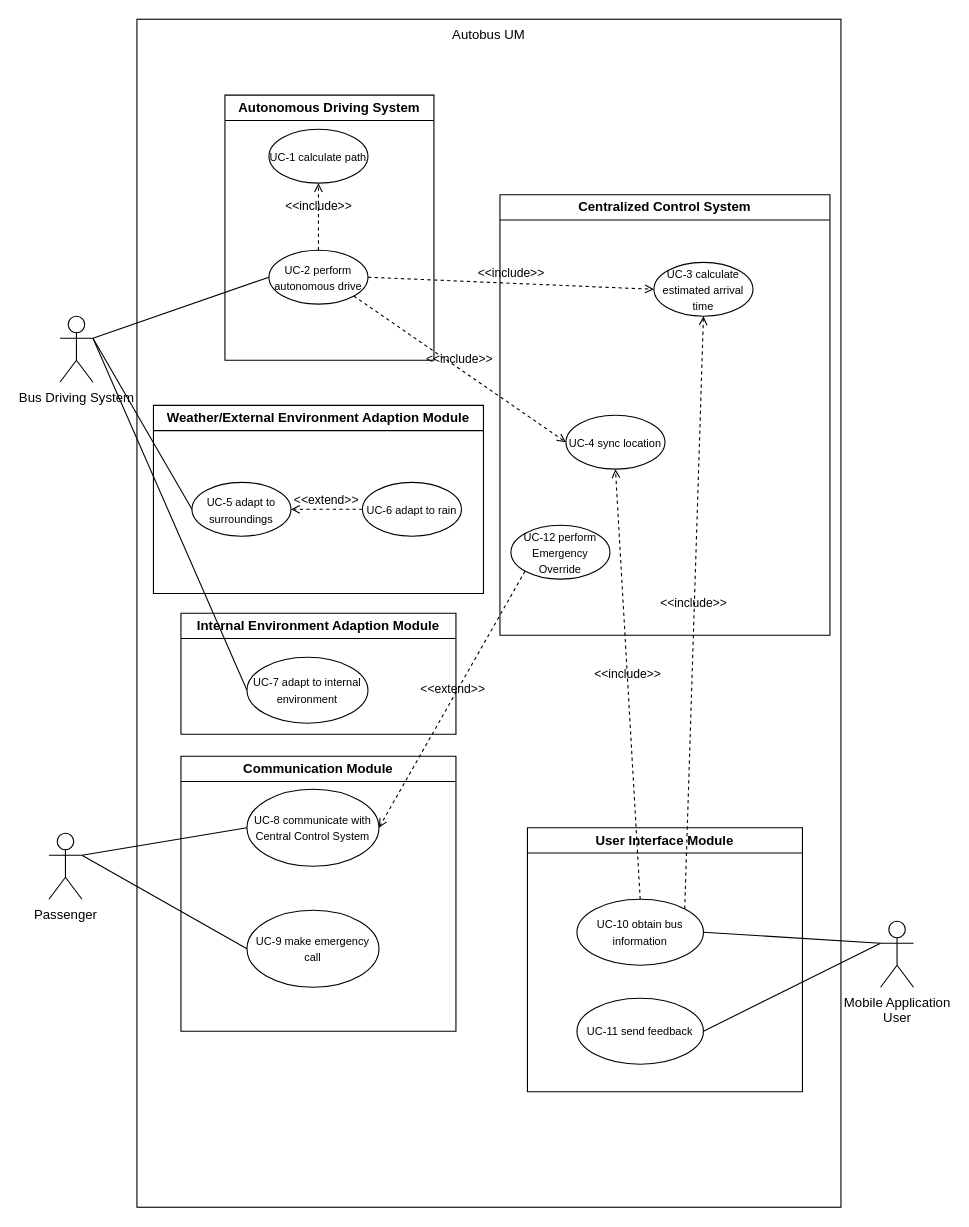
justn0thinghere/drawio keeps this draw.io diagram as UCDwia2002project.drawio. Above is the earlier version. Source tidied: cells renumbered, new cells numbered last; positions are measured from the earlier drawing's top-left corner, leaving out a move shared by most shapes. Both pictures are drawn from the tidied source at 110%, with x=0, y=0 at pixel (48, 19).
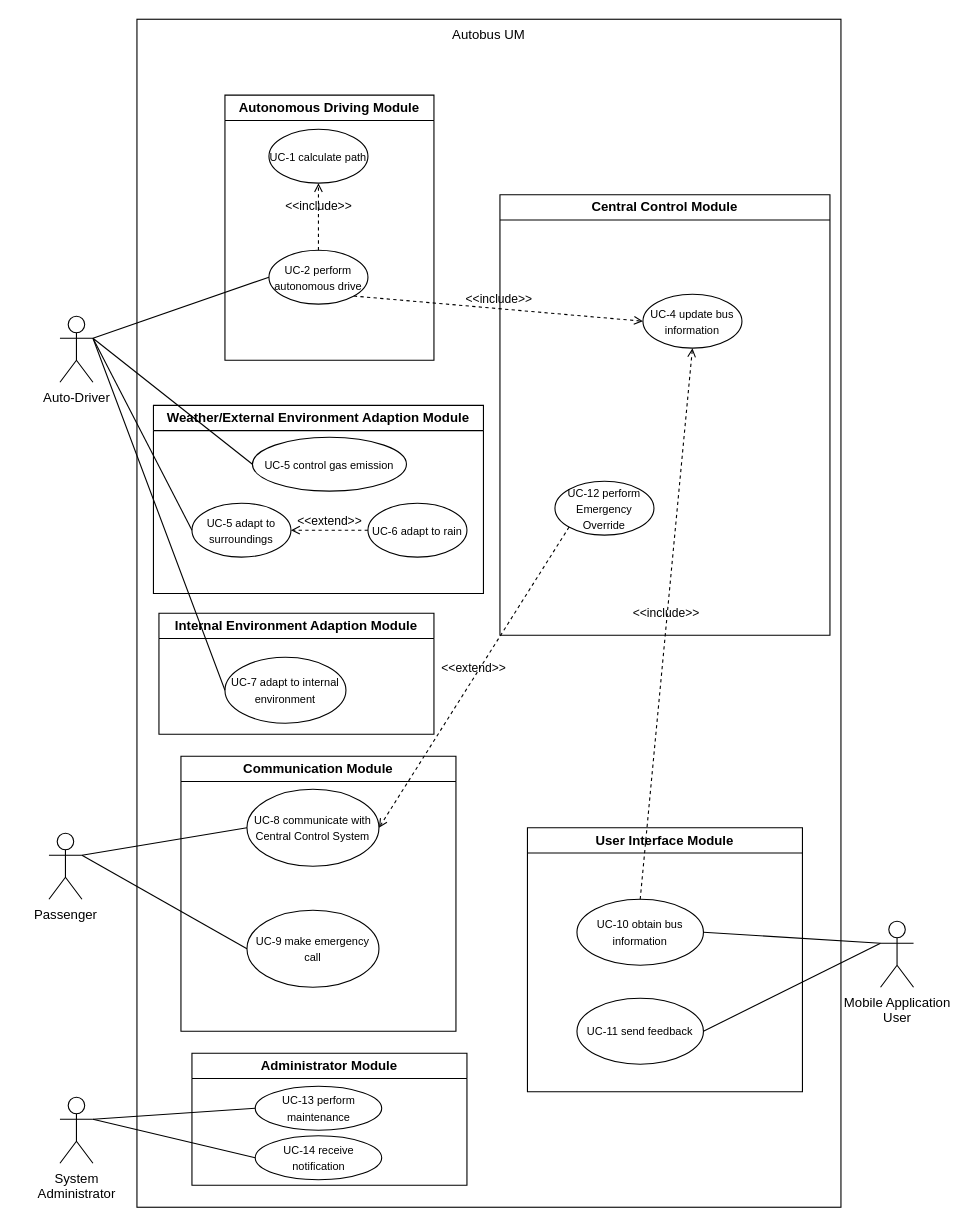
The same diagram, later.

Unchanged cells that the change refers to:
```xml
<mxCell id="6" value="&lt;font style=&quot;font-size: 10px;&quot;&gt;UC-2 perform autonomous drive&lt;/font&gt;" style="ellipse;whiteSpace=wrap;html=1;" parent="4" vertex="1">
  <mxGeometry x="40" y="141" width="90" height="49" as="geometry" />
</mxCell>
<mxCell id="9" value="Weather/External Environment Adaption Module" style="swimlane;whiteSpace=wrap;html=1;" parent="1" vertex="1">
  <mxGeometry x="95" y="351" width="300" height="171" as="geometry" />
</mxCell>
<mxCell id="27" value="&lt;span style=&quot;font-size: 10px;&quot;&gt;UC-10 obtain bus information&lt;/span&gt;" style="ellipse;whiteSpace=wrap;html=1;" parent="1" vertex="1">
  <mxGeometry x="480" y="800" width="115" height="60" as="geometry" />
</mxCell>
```

The edit, as a diff of the source:
```diff
@@
-    <mxCell id="2" value="Bus Driving System" style="shape=umlActor;verticalLabelPosition=bottom;verticalAlign=top;html=1;outlineConnect=0;" parent="1" vertex="1">
+    <mxCell id="2" value="Auto-Driver" style="shape=umlActor;verticalLabelPosition=bottom;verticalAlign=top;html=1;outlineConnect=0;" parent="1" vertex="1">
       <mxGeometry x="10" y="270" width="30" height="60" as="geometry" />
     </mxCell>
@@
-    <mxCell id="4" value="Autonomous Driving System" style="swimlane;whiteSpace=wrap;html=1;" parent="1" vertex="1">
+    <mxCell id="4" value="Autonomous Driving Module" style="swimlane;whiteSpace=wrap;html=1;" parent="1" vertex="1">
       <mxGeometry x="160" y="69" width="190" height="241" as="geometry" />
     </mxCell>
@@
     <mxCell id="10" value="&lt;font style=&quot;font-size: 10px;&quot;&gt;UC-6 adapt to rain&lt;/font&gt;" style="ellipse;whiteSpace=wrap;html=1;" parent="9" vertex="1">
-      <mxGeometry x="190" y="70" width="90" height="49" as="geometry" />
+      <mxGeometry x="195" y="89" width="90" height="49" as="geometry" />
     </mxCell>
     <mxCell id="11" value="&lt;font style=&quot;font-size: 10px;&quot;&gt;UC-5 adapt to surroundings&lt;/font&gt;" style="ellipse;whiteSpace=wrap;html=1;" parent="9" vertex="1">
-      <mxGeometry x="35" y="70" width="90" height="49" as="geometry" />
+      <mxGeometry x="35" y="89" width="90" height="49" as="geometry" />
     </mxCell>
@@
-    <mxCell id="13" value="Centralized Control System" style="swimlane;whiteSpace=wrap;html=1;" parent="1" vertex="1">
+    <mxCell id="13" value="Central Control Module" style="swimlane;whiteSpace=wrap;html=1;" parent="1" vertex="1">
       <mxGeometry x="410" y="159.5" width="300" height="400.5" as="geometry" />
     </mxCell>
-    <mxCell id="14" value="&lt;font style=&quot;font-size: 10px;&quot;&gt;UC-3 calculate estimated arrival time&lt;/font&gt;" style="ellipse;whiteSpace=wrap;html=1;" parent="13" vertex="1">
-      <mxGeometry x="140" y="61.5" width="90" height="49" as="geometry" />
-    </mxCell>
+    <mxCell id="28" value="&lt;font style=&quot;font-size: 10px;&quot;&gt;UC-12 perform Emergency Override&lt;/font&gt;" style="ellipse;whiteSpace=wrap;html=1;" parent="13" vertex="1">
+      <mxGeometry x="50" y="260.5" width="90" height="49" as="geometry" />
+    </mxCell>
-    <mxCell id="15" value="&lt;font style=&quot;font-size: 10px;&quot;&gt;UC-4 sync location&lt;/font&gt;" style="ellipse;whiteSpace=wrap;html=1;" parent="1" vertex="1">
-      <mxGeometry x="470" y="360" width="90" height="49" as="geometry" />
+    <mxCell id="15" value="&lt;font style=&quot;font-size: 10px;&quot;&gt;UC-4 update bus information&lt;/font&gt;" style="ellipse;whiteSpace=wrap;html=1;" parent="1" vertex="1">
+      <mxGeometry x="540" y="250" width="90" height="49" as="geometry" />
     </mxCell>
-    <mxCell id="16" value="&amp;lt;&amp;lt;include&amp;gt;&amp;gt;" style="html=1;verticalAlign=bottom;labelBackgroundColor=none;endArrow=open;endFill=0;dashed=1;rounded=0;exitX=1;exitY=0.5;exitDx=0;exitDy=0;entryX=0;entryY=0.5;entryDx=0;entryDy=0;" parent="1" edge="1" source="6" target="14">
-      <mxGeometry relative="1" as="geometry" />
-    </mxCell>
@@
     <mxCell id="19" value="Internal Environment Adaption Module" style="swimlane;whiteSpace=wrap;html=1;" parent="1" vertex="1">
-      <mxGeometry x="120" y="540" width="250" height="110" as="geometry" />
+      <mxGeometry x="100" y="540" width="250" height="110" as="geometry" />
     </mxCell>
@@
-    <mxCell id="28" value="&lt;font style=&quot;font-size: 10px;&quot;&gt;UC-12 perform Emergency Override&lt;/font&gt;" style="ellipse;whiteSpace=wrap;html=1;" parent="1" vertex="1">
-      <mxGeometry x="420" y="460" width="90" height="49" as="geometry" />
-    </mxCell>
@@
-    <mxCell id="37" value="&amp;lt;&amp;lt;include&amp;gt;&amp;gt;" style="html=1;verticalAlign=bottom;labelBackgroundColor=none;endArrow=open;endFill=0;dashed=1;rounded=0;entryX=0.5;entryY=1;entryDx=0;entryDy=0;exitX=1;exitY=0;exitDx=0;exitDy=0;" parent="1" edge="1" source="27" target="14">
-      <mxGeometry relative="1" as="geometry" />
-    </mxCell>
+    <mxCell id="38" value="&lt;font style=&quot;font-size: 10px;&quot;&gt;UC-5 control gas emission&lt;/font&gt;" style="ellipse;whiteSpace=wrap;html=1;" parent="1" vertex="1">
+      <mxGeometry x="185" y="380" width="140" height="49" as="geometry" />
+    </mxCell>
+    <mxCell id="39" style="endArrow=none;html=1;rounded=0;entryX=0;entryY=0.5;entryDx=0;entryDy=0;exitX=1;exitY=0.3333333333333333;exitDx=0;exitDy=0;exitPerimeter=0;" parent="1" edge="1" source="2" target="38">
+      <mxGeometry relative="1" as="geometry" />
+    </mxCell>
+    <mxCell id="40" value="System&lt;div&gt;Administrator&lt;/div&gt;" style="shape=umlActor;verticalLabelPosition=bottom;verticalAlign=top;html=1;outlineConnect=0;" parent="1" vertex="1">
+      <mxGeometry x="10" y="980" width="30" height="60" as="geometry" />
+    </mxCell>
+    <mxCell id="41" value="Administrator Module" style="swimlane;whiteSpace=wrap;html=1;" parent="1" vertex="1">
+      <mxGeometry x="130" y="940" width="250" height="120" as="geometry" />
+    </mxCell>
+    <mxCell id="42" value="&lt;span style=&quot;font-size: 10px;&quot;&gt;UC-13 perform maintenance&lt;/span&gt;" style="ellipse;whiteSpace=wrap;html=1;" parent="1" vertex="1">
+      <mxGeometry x="187.5" y="970" width="115" height="40" as="geometry" />
+    </mxCell>
+    <mxCell id="43" value="&lt;span style=&quot;font-size: 10px;&quot;&gt;UC-14 receive notification&lt;/span&gt;" style="ellipse;whiteSpace=wrap;html=1;" parent="1" vertex="1">
+      <mxGeometry x="187.5" y="1015" width="115" height="40" as="geometry" />
+    </mxCell>
+    <mxCell id="44" style="endArrow=none;html=1;rounded=0;entryX=0;entryY=0.5;entryDx=0;entryDy=0;exitX=1;exitY=0.3333333333333333;exitDx=0;exitDy=0;exitPerimeter=0;" parent="1" edge="1" source="40" target="42">
+      <mxGeometry relative="1" as="geometry" />
+    </mxCell>
+    <mxCell id="45" style="endArrow=none;html=1;rounded=0;entryX=0;entryY=0.5;entryDx=0;entryDy=0;exitX=1;exitY=0.3333333333333333;exitDx=0;exitDy=0;exitPerimeter=0;" parent="1" edge="1" source="40" target="43">
+      <mxGeometry relative="1" as="geometry" />
+    </mxCell>
```
